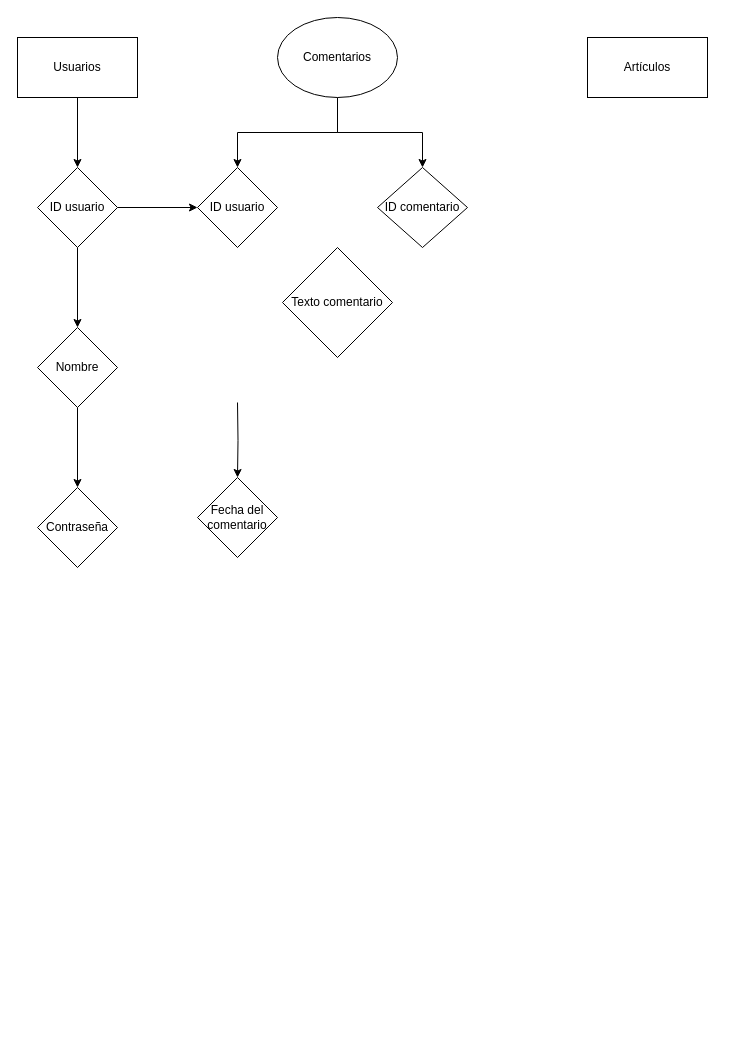
Before: Diagrama sin título.drawio in the-chivo/codepen, a draw.io diagram. Source tidied: cells renumbered, new cells numbered last; positions are measured from the earlier drawing's top-left corner, leaving out a move shared by most shapes. Both pictures are drawn from the tidied source at 100%, with x=0, y=0 at pixel (17, 17).
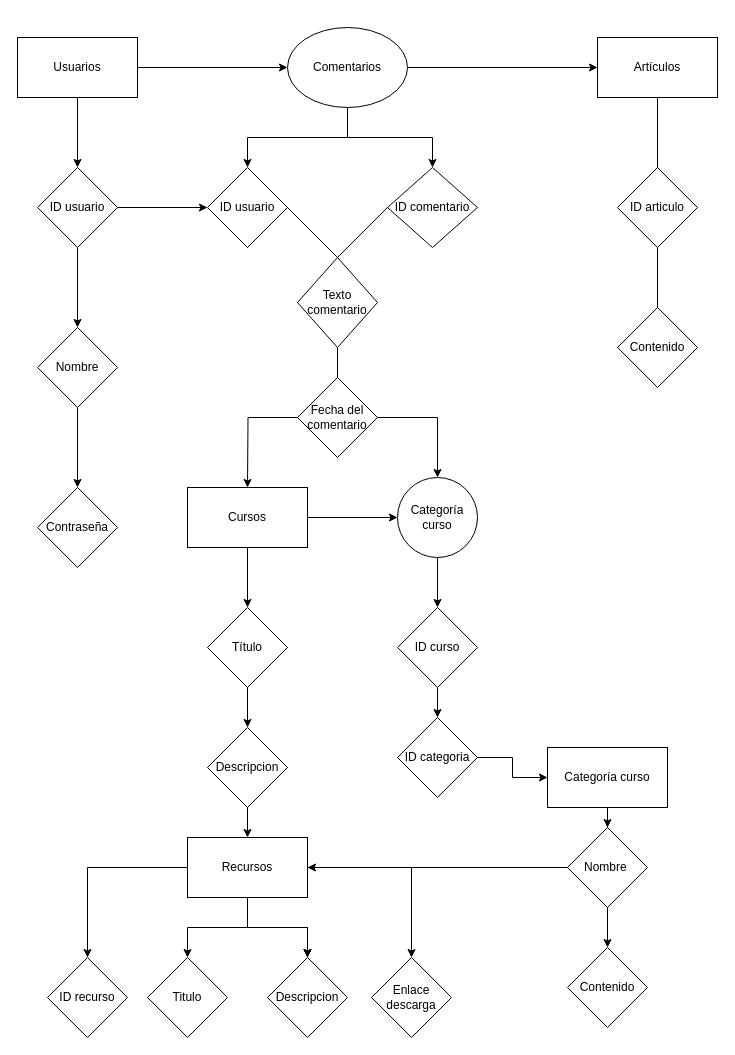
The same diagram, later.

Unchanged cells that the change refers to:
```xml
<mxCell id="3" value="&lt;font style=&quot;font-size: 12px;&quot;&gt;Usuarios&lt;/font&gt;" style="rounded=0;whiteSpace=wrap;html=1;" parent="1" vertex="1">
  <mxGeometry y="20" width="120" height="60" as="geometry" />
</mxCell>
```

Change to the diagram source:
```diff
@@
+    <mxCell id="19" style="edgeStyle=orthogonalEdgeStyle;rounded=0;jettySize=auto;html=1;entryX=0;entryY=0.5;entryDx=0;entryDy=0;" parent="1" edge="1" source="3" target="7">
+      <mxGeometry relative="1" as="geometry" />
+    </mxCell>
@@
     <mxCell id="4" value="Artículos" style="rounded=0;whiteSpace=wrap;html=1;" parent="1" vertex="1">
-      <mxGeometry x="570" y="20" width="120" height="60" as="geometry" />
+      <mxGeometry x="580" y="20" width="120" height="60" as="geometry" />
     </mxCell>
@@
+    <mxCell id="20" style="edgeStyle=orthogonalEdgeStyle;rounded=0;jettySize=auto;html=1;entryX=0;entryY=0.5;entryDx=0;entryDy=0;" parent="1" edge="1" source="7" target="4">
+      <mxGeometry relative="1" as="geometry" />
+    </mxCell>
     <mxCell id="7" value="Comentarios" style="ellipse;whiteSpace=wrap;html=1;" parent="1" vertex="1">
-      <mxGeometry x="260" width="120" height="80" as="geometry" />
+      <mxGeometry x="270" y="10" width="120" height="80" as="geometry" />
     </mxCell>
@@
     <mxCell id="14" value="ID usuario" style="rhombus;whiteSpace=wrap;html=1;" parent="1" vertex="1">
-      <mxGeometry x="180" y="150" width="80" height="80" as="geometry" />
+      <mxGeometry x="190" y="150" width="80" height="80" as="geometry" />
     </mxCell>
     <mxCell id="15" value="ID comentario" style="rhombus;whiteSpace=wrap;html=1;" parent="1" vertex="1">
-      <mxGeometry x="360" y="150" width="90" height="80" as="geometry" />
+      <mxGeometry x="370" y="150" width="90" height="80" as="geometry" />
     </mxCell>
-    <mxCell id="16" style="edgeStyle=orthogonalEdgeStyle;rounded=0;jettySize=auto;html=1;" parent="1" edge="1" target="17">
-      <mxGeometry relative="1" as="geometry">
-        <mxPoint x="220" y="385" as="sourcePoint" />
-      </mxGeometry>
-    </mxCell>
+    <mxCell id="21" style="edgeStyle=orthogonalEdgeStyle;rounded=0;jettySize=auto;html=1;" parent="1" edge="1" source="17">
+      <mxGeometry relative="1" as="geometry">
+        <mxPoint x="230" y="470" as="targetPoint" />
+      </mxGeometry>
+    </mxCell>
+    <mxCell id="22" style="edgeStyle=orthogonalEdgeStyle;rounded=0;jettySize=auto;html=1;entryX=0.5;entryY=0;entryDx=0;entryDy=0;" parent="1" edge="1" source="17" target="49">
+      <mxGeometry relative="1" as="geometry" />
+    </mxCell>
     <mxCell id="17" value="Fecha del comentario" style="rhombus;whiteSpace=wrap;html=1;" parent="1" vertex="1">
-      <mxGeometry x="180" y="460" width="80" height="80" as="geometry" />
+      <mxGeometry x="280" y="360" width="80" height="80" as="geometry" />
     </mxCell>
     <mxCell id="18" value="Texto comentario" style="rhombus;whiteSpace=wrap;html=1;" parent="1" vertex="1">
-      <mxGeometry x="265" y="230" width="110" height="110" as="geometry" />
+      <mxGeometry x="280" y="240" width="80" height="90" as="geometry" />
     </mxCell>
+    <mxCell id="23" style="endArrow=none;html=1;rounded=0;exitX=0.5;exitY=0;exitDx=0;exitDy=0;entryX=0;entryY=0.5;entryDx=0;entryDy=0;" parent="1" edge="1" source="18" target="15">
+      <mxGeometry relative="1" as="geometry" />
+    </mxCell>
+    <mxCell id="24" style="endArrow=none;html=1;rounded=0;exitX=1;exitY=0.5;exitDx=0;exitDy=0;entryX=0.5;entryY=0;entryDx=0;entryDy=0;" parent="1" edge="1" source="14" target="18">
+      <mxGeometry relative="1" as="geometry" />
+    </mxCell>
+    <mxCell id="25" style="endArrow=none;html=1;rounded=0;entryX=0.5;entryY=0;entryDx=0;entryDy=0;exitX=0.5;exitY=1;exitDx=0;exitDy=0;" parent="1" edge="1" source="18" target="17">
+      <mxGeometry relative="1" as="geometry" />
+    </mxCell>
+    <mxCell id="26" value="ID articulo" style="rhombus;whiteSpace=wrap;html=1;" parent="1" vertex="1">
+      <mxGeometry x="600" y="150" width="80" height="80" as="geometry" />
+    </mxCell>
+    <mxCell id="27" value="Contenido" style="rhombus;whiteSpace=wrap;html=1;" parent="1" vertex="1">
+      <mxGeometry x="600" y="290" width="80" height="80" as="geometry" />
+    </mxCell>
+    <mxCell id="28" style="endArrow=none;html=1;rounded=0;entryX=0.5;entryY=1;entryDx=0;entryDy=0;exitX=0.5;exitY=0;exitDx=0;exitDy=0;" parent="1" edge="1" source="26" target="4">
+      <mxGeometry relative="1" as="geometry" />
+    </mxCell>
+    <mxCell id="29" style="endArrow=none;html=1;rounded=0;entryX=0.5;entryY=1;entryDx=0;entryDy=0;exitX=0.5;exitY=0;exitDx=0;exitDy=0;" parent="1" edge="1" source="27" target="26">
+      <mxGeometry relative="1" as="geometry" />
+    </mxCell>
+    <mxCell id="30" style="edgeStyle=orthogonalEdgeStyle;rounded=0;jettySize=auto;html=1;exitX=0.5;exitY=1;exitDx=0;exitDy=0;" parent="1" edge="1" source="47" target="32">
+      <mxGeometry relative="1" as="geometry" />
+    </mxCell>
+    <mxCell id="31" style="edgeStyle=orthogonalEdgeStyle;rounded=0;jettySize=auto;html=1;" parent="1" edge="1" source="32" target="34">
+      <mxGeometry relative="1" as="geometry" />
+    </mxCell>
+    <mxCell id="32" value="Título" style="rhombus;whiteSpace=wrap;html=1;" parent="1" vertex="1">
+      <mxGeometry x="190" y="590" width="80" height="80" as="geometry" />
+    </mxCell>
+    <mxCell id="33" style="edgeStyle=orthogonalEdgeStyle;rounded=0;jettySize=auto;html=1;" parent="1" edge="1" source="34" target="41">
+      <mxGeometry relative="1" as="geometry" />
+    </mxCell>
+    <mxCell id="34" value="Descripcion" style="rhombus;whiteSpace=wrap;html=1;" parent="1" vertex="1">
+      <mxGeometry x="190" y="710" width="80" height="80" as="geometry" />
+    </mxCell>
+    <mxCell id="35" style="edgeStyle=orthogonalEdgeStyle;rounded=0;jettySize=auto;html=1;" parent="1" edge="1" source="41" target="42">
+      <mxGeometry relative="1" as="geometry" />
+    </mxCell>
+    <mxCell id="36" style="edgeStyle=orthogonalEdgeStyle;rounded=0;jettySize=auto;html=1;" parent="1" edge="1" source="41" target="43">
+      <mxGeometry relative="1" as="geometry" />
+    </mxCell>
+    <mxCell id="37" style="edgeStyle=orthogonalEdgeStyle;rounded=0;jettySize=auto;html=1;" parent="1" edge="1" source="41" target="44">
+      <mxGeometry relative="1" as="geometry" />
+    </mxCell>
+    <mxCell id="38" style="edgeStyle=orthogonalEdgeStyle;rounded=0;jettySize=auto;html=1;" parent="1" edge="1" source="41" target="44">
+      <mxGeometry relative="1" as="geometry" />
+    </mxCell>
+    <mxCell id="39" style="edgeStyle=orthogonalEdgeStyle;rounded=0;jettySize=auto;html=1;" parent="1" edge="1" source="41" target="44">
+      <mxGeometry relative="1" as="geometry" />
+    </mxCell>
+    <mxCell id="40" style="edgeStyle=orthogonalEdgeStyle;rounded=0;jettySize=auto;html=1;" parent="1" edge="1" source="41" target="45">
+      <mxGeometry relative="1" as="geometry" />
+    </mxCell>
+    <mxCell id="41" value="Recursos" style="whiteSpace=wrap;html=1;" parent="1" vertex="1">
+      <mxGeometry x="170" y="820" width="120" height="60" as="geometry" />
+    </mxCell>
+    <mxCell id="42" value="ID recurso" style="rhombus;whiteSpace=wrap;html=1;" parent="1" vertex="1">
+      <mxGeometry x="30" y="940" width="80" height="80" as="geometry" />
+    </mxCell>
+    <mxCell id="43" value="Titulo" style="rhombus;whiteSpace=wrap;html=1;" parent="1" vertex="1">
+      <mxGeometry x="130" y="940" width="80" height="80" as="geometry" />
+    </mxCell>
+    <mxCell id="44" value="Descripcion" style="rhombus;whiteSpace=wrap;html=1;" parent="1" vertex="1">
+      <mxGeometry x="250" y="940" width="80" height="80" as="geometry" />
+    </mxCell>
+    <mxCell id="45" value="Enlace descarga" style="rhombus;whiteSpace=wrap;html=1;" parent="1" vertex="1">
+      <mxGeometry x="354" y="940" width="80" height="80" as="geometry" />
+    </mxCell>
+    <mxCell id="46" style="edgeStyle=orthogonalEdgeStyle;rounded=0;jettySize=auto;html=1;" parent="1" edge="1" source="47" target="49">
+      <mxGeometry relative="1" as="geometry" />
+    </mxCell>
+    <mxCell id="47" value="Cursos" style="rounded=0;whiteSpace=wrap;html=1;" parent="1" vertex="1">
+      <mxGeometry x="170" y="470" width="120" height="60" as="geometry" />
+    </mxCell>
+    <mxCell id="48" style="edgeStyle=orthogonalEdgeStyle;rounded=0;jettySize=auto;html=1;" parent="1" edge="1" source="49" target="51">
+      <mxGeometry relative="1" as="geometry" />
+    </mxCell>
+    <mxCell id="49" value="Categoría curso" style="ellipse;whiteSpace=wrap;html=1;rounded=0;" parent="1" vertex="1">
+      <mxGeometry x="380" y="460" width="80" height="80" as="geometry" />
+    </mxCell>
+    <mxCell id="50" style="edgeStyle=orthogonalEdgeStyle;rounded=0;jettySize=auto;html=1;" parent="1" edge="1" source="51" target="53">
+      <mxGeometry relative="1" as="geometry" />
+    </mxCell>
+    <mxCell id="51" value="ID curso" style="rhombus;whiteSpace=wrap;html=1;rounded=0;" parent="1" vertex="1">
+      <mxGeometry x="380" y="590" width="80" height="80" as="geometry" />
+    </mxCell>
+    <mxCell id="52" style="edgeStyle=orthogonalEdgeStyle;rounded=0;jettySize=auto;html=1;" parent="1" edge="1" source="53" target="55">
+      <mxGeometry relative="1" as="geometry" />
+    </mxCell>
+    <mxCell id="53" value="ID categoria" style="rhombus;whiteSpace=wrap;html=1;rounded=0;" parent="1" vertex="1">
+      <mxGeometry x="380" y="700" width="80" height="80" as="geometry" />
+    </mxCell>
+    <mxCell id="54" style="edgeStyle=orthogonalEdgeStyle;rounded=0;jettySize=auto;html=1;" parent="1" edge="1" source="55" target="58">
+      <mxGeometry relative="1" as="geometry" />
+    </mxCell>
+    <mxCell id="55" value="Categoría curso" style="whiteSpace=wrap;html=1;rounded=0;" parent="1" vertex="1">
+      <mxGeometry x="530" y="730" width="120" height="60" as="geometry" />
+    </mxCell>
+    <mxCell id="56" style="edgeStyle=orthogonalEdgeStyle;rounded=0;jettySize=auto;html=1;entryX=1;entryY=0.5;entryDx=0;entryDy=0;" parent="1" edge="1" source="58" target="41">
+      <mxGeometry relative="1" as="geometry" />
+    </mxCell>
+    <mxCell id="57" style="edgeStyle=orthogonalEdgeStyle;rounded=0;jettySize=auto;html=1;" parent="1" edge="1" source="58" target="59">
+      <mxGeometry relative="1" as="geometry" />
+    </mxCell>
+    <mxCell id="58" value="Nombre&amp;nbsp;" style="rhombus;whiteSpace=wrap;html=1;rounded=0;" parent="1" vertex="1">
+      <mxGeometry x="550" y="810" width="80" height="80" as="geometry" />
+    </mxCell>
+    <mxCell id="59" value="Contenido" style="rhombus;whiteSpace=wrap;html=1;rounded=0;" parent="1" vertex="1">
+      <mxGeometry x="550" y="930" width="80" height="80" as="geometry" />
+    </mxCell>
```
